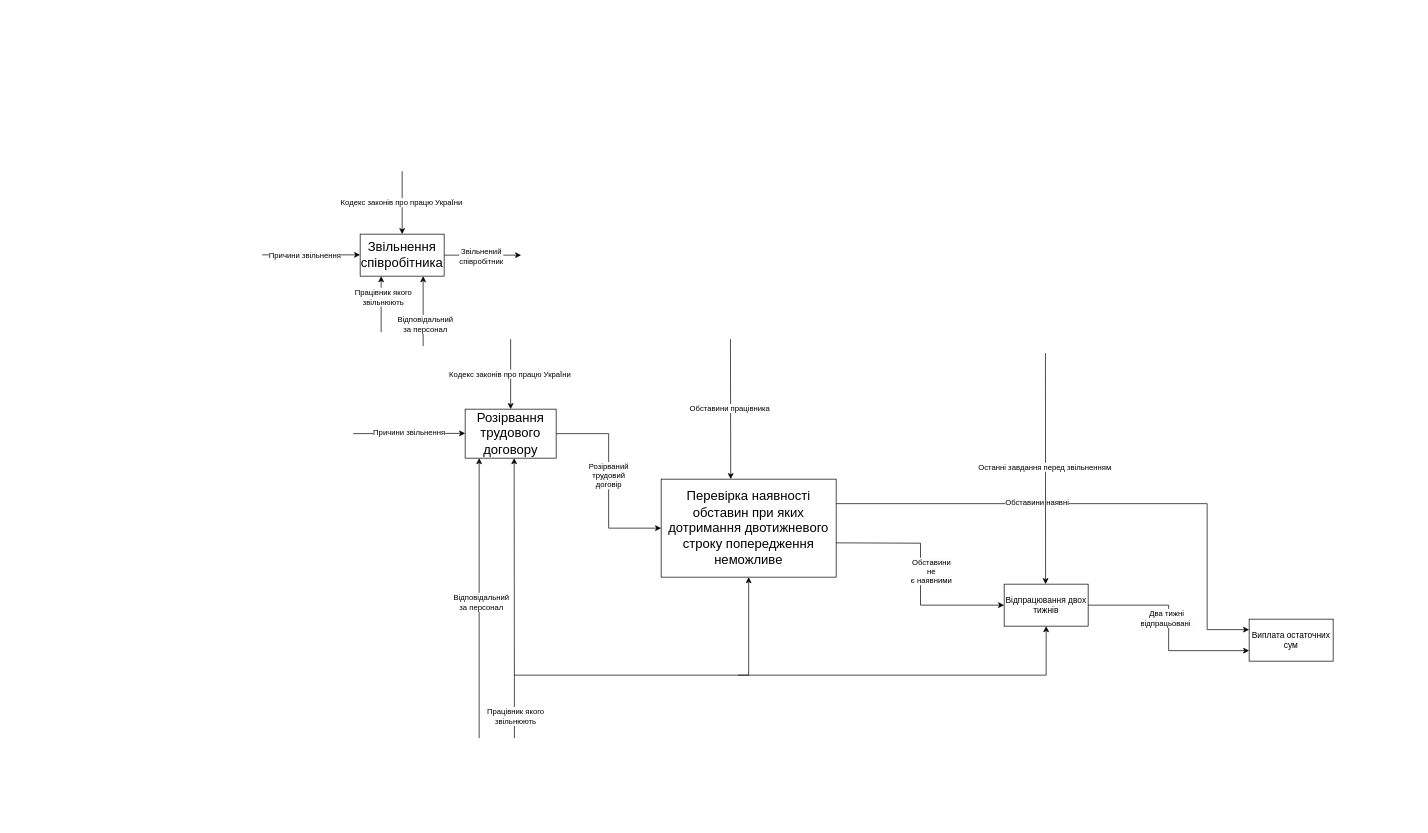
Before: Practic_7.drawio in yelyzaveta-sa/lesson, a draw.io diagram. Source tidied: cells renumbered, new cells numbered last; positions are measured from the earlier drawing's top-left corner, leaving out a move shared by most shapes. Both pictures are drawn from the tidied source at 70%, with x=0, y=0 at pixel (262, 171).
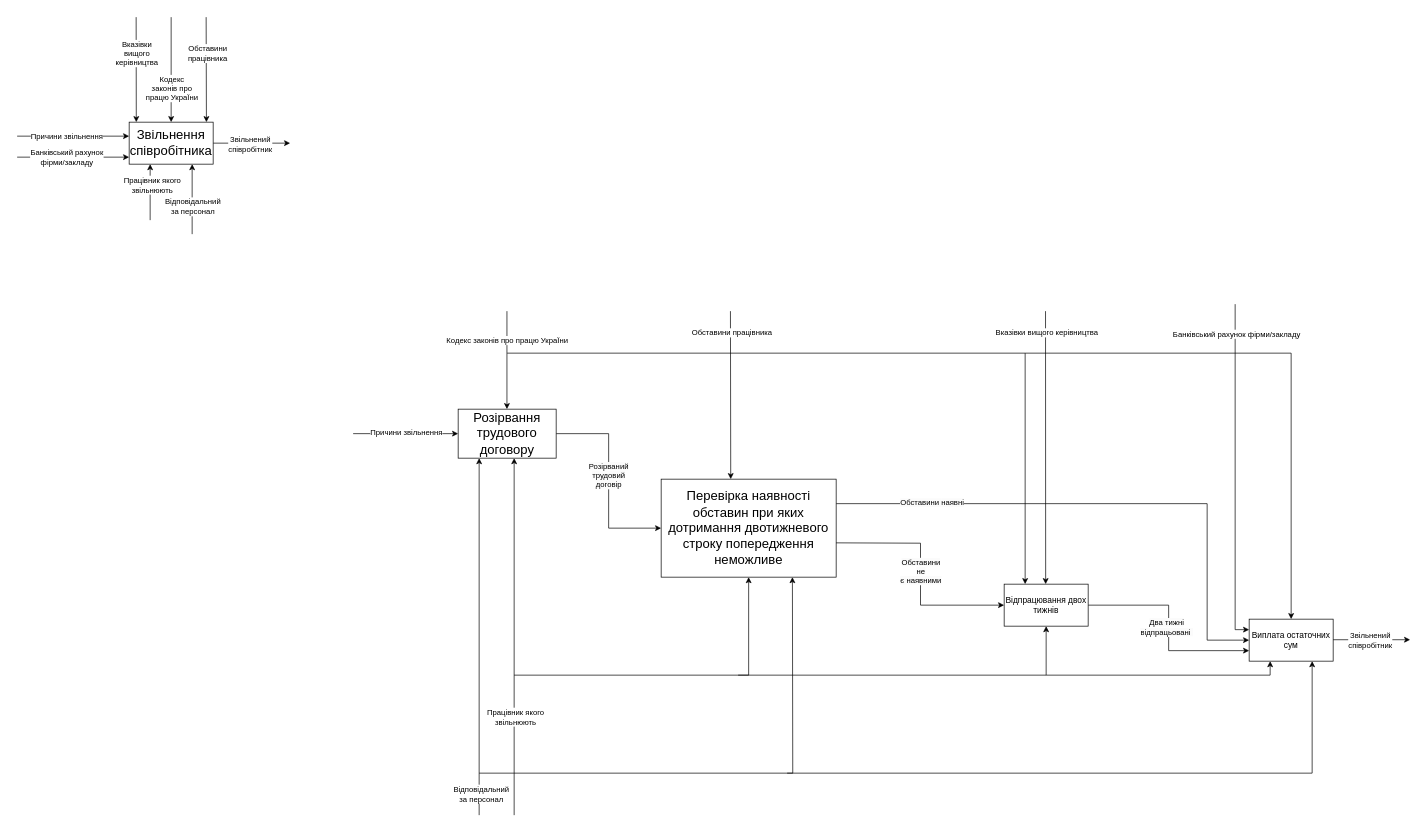
The same page after the edit.

The change refers to these unchanged cells:
```xml
<mxCell id="26" value="&lt;font face=&quot;Calibri, sans-serif&quot;&gt;&lt;span style=&quot;font-size: 18.6667px;&quot;&gt;Перевірка наявності обставин при яких дотримання двотижневого строку попередження неможливе&lt;/span&gt;&lt;/font&gt;" style="rounded=0;whiteSpace=wrap;html=1;" parent="1" vertex="1">
  <mxGeometry x="570" y="440" width="250" height="140" as="geometry" />
</mxCell>
<mxCell id="30" style="edgeStyle=orthogonalEdgeStyle;rounded=0;jettySize=auto;html=1;entryX=0;entryY=0.5;entryDx=0;entryDy=0;" parent="1" edge="1" target="34">
  <mxGeometry relative="1" as="geometry">
    <mxPoint x="820" y="531" as="sourcePoint" />
  </mxGeometry>
</mxCell>
<mxCell id="32" style="edgeStyle=orthogonalEdgeStyle;rounded=0;jettySize=auto;html=1;entryX=0;entryY=0.75;entryDx=0;entryDy=0;" parent="1" edge="1" source="34" target="38">
  <mxGeometry relative="1" as="geometry" />
</mxCell>
<mxCell id="34" value="Відпрацювання двох тижнів" style="rounded=0;whiteSpace=wrap;html=1;" parent="1" vertex="1">
  <mxGeometry x="1060" y="590" width="120" height="60" as="geometry" />
</mxCell>
<mxCell id="38" value="Виплата остаточних сум" style="rounded=0;whiteSpace=wrap;html=1;" parent="1" vertex="1">
  <mxGeometry x="1410" y="640" width="120" height="60" as="geometry" />
</mxCell>
```

Change to the diagram source:
```diff
@@
     <mxCell id="2" style="edgeStyle=orthogonalEdgeStyle;rounded=0;jettySize=auto;html=1;" parent="1" edge="1" source="4">
       <mxGeometry relative="1" as="geometry">
-        <mxPoint x="370" y="120" as="targetPoint" />
+        <mxPoint x="40" y="-40" as="targetPoint" />
       </mxGeometry>
     </mxCell>
@@
     <mxCell id="4" value="&lt;span style=&quot;font-size:14.0pt;line-height:&lt;br/&gt;107%;font-family:&amp;quot;Calibri&amp;quot;,sans-serif;mso-ascii-theme-font:minor-latin;&lt;br/&gt;mso-fareast-font-family:Calibri;mso-fareast-theme-font:minor-latin;mso-hansi-theme-font:&lt;br/&gt;minor-latin;mso-bidi-font-family:&amp;quot;Times New Roman&amp;quot;;mso-bidi-theme-font:minor-bidi;&lt;br/&gt;mso-ansi-language:UK;mso-fareast-language:EN-US;mso-bidi-language:AR-SA&quot; lang=&quot;UK&quot;&gt;Звільнення&lt;br/&gt;співробітника&lt;/span&gt;" style="rounded=0;whiteSpace=wrap;html=1;" parent="1" vertex="1">
-      <mxGeometry x="140" y="90" width="120" height="60" as="geometry" />
+      <mxGeometry x="-190" y="-70" width="120" height="60" as="geometry" />
     </mxCell>
     <mxCell id="5" style="endArrow=classic;html=1;rounded=0;entryX=0.5;entryY=0;entryDx=0;entryDy=0;" parent="1" edge="1" target="4">
       <mxGeometry relative="1" as="geometry">
-        <mxPoint x="200" as="sourcePoint" />
+        <mxPoint x="-130" y="-220" as="sourcePoint" />
       </mxGeometry>
     </mxCell>
-    <mxCell id="6" value="Кодекс законів про працю УкраЇни" style="edgeLabel;html=1;align=center;verticalAlign=middle;" parent="5" vertex="1">
-      <mxGeometry x="-0.02" y="-2" relative="1" as="geometry" />
+    <mxCell id="6" value="&lt;div&gt;Кодекс&lt;/div&gt;&lt;div&gt;законів про&lt;/div&gt;&lt;div&gt;працю УкраЇни&lt;/div&gt;" style="edgeLabel;html=1;align=center;verticalAlign=middle;" parent="5" vertex="1">
+      <mxGeometry x="-0.02" y="-2" relative="1" as="geometry">
+        <mxPoint x="2" y="27" as="offset" />
+      </mxGeometry>
     </mxCell>
     <mxCell id="7" style="endArrow=classic;html=1;rounded=0;entryX=0;entryY=0.5;entryDx=0;entryDy=0;" parent="1" edge="1">
       <mxGeometry relative="1" as="geometry">
-        <mxPoint y="119.6" as="sourcePoint" />
-        <mxPoint x="140" y="119.6" as="targetPoint" />
+        <mxPoint x="-350" y="-50" as="sourcePoint" />
+        <mxPoint x="-190" y="-50" as="targetPoint" />
       </mxGeometry>
     </mxCell>
@@
     <mxCell id="9" style="endArrow=classic;html=1;rounded=0;" parent="1" edge="1">
       <mxGeometry relative="1" as="geometry">
-        <mxPoint x="230" y="250" as="sourcePoint" />
-        <mxPoint x="230" y="150" as="targetPoint" />
+        <mxPoint x="-100" y="90" as="sourcePoint" />
+        <mxPoint x="-100" y="-10" as="targetPoint" />
       </mxGeometry>
     </mxCell>
     <mxCell id="10" value="Відповідальний&lt;div&gt;за персонал&lt;/div&gt;" style="edgeLabel;html=1;align=center;verticalAlign=middle;" parent="9" vertex="1">
       <mxGeometry x="0.09" y="-2" relative="1" as="geometry">
-        <mxPoint y="23" as="offset" />
+        <mxPoint x="-2" y="15" as="offset" />
       </mxGeometry>
     </mxCell>
@@
     <mxCell id="13" value="&lt;font face=&quot;Calibri, sans-serif&quot;&gt;&lt;span style=&quot;font-size: 18.6667px;&quot;&gt;Розірвання трудового договору&lt;/span&gt;&lt;/font&gt;" style="rounded=0;whiteSpace=wrap;html=1;" parent="1" vertex="1">
-      <mxGeometry x="290" y="340" width="130" height="70" as="geometry" />
+      <mxGeometry x="280" y="340" width="140" height="70" as="geometry" />
     </mxCell>
-    <mxCell id="14" style="endArrow=classic;html=1;rounded=0;entryX=0.5;entryY=0;entryDx=0;entryDy=0;" parent="1" edge="1" target="13">
+    <mxCell id="14" style="endArrow=classic;html=1;rounded=0;entryX=0.5;entryY=0;entryDx=0;entryDy=0;" parent="1" edge="1">
       <mxGeometry relative="1" as="geometry">
-        <mxPoint x="355" y="240" as="sourcePoint" />
+        <mxPoint x="349.7" y="200" as="sourcePoint" />
+        <mxPoint x="349.7" y="340" as="targetPoint" />
       </mxGeometry>
     </mxCell>
     <mxCell id="15" value="Кодекс законів про працю УкраЇни" style="edgeLabel;html=1;align=center;verticalAlign=middle;" parent="14" vertex="1">
-      <mxGeometry x="-0.02" y="-2" relative="1" as="geometry" />
+      <mxGeometry x="-0.02" y="-2" relative="1" as="geometry">
+        <mxPoint x="2" y="-28" as="offset" />
+      </mxGeometry>
     </mxCell>
-    <mxCell id="16" style="endArrow=classic;html=1;rounded=0;entryX=0;entryY=0.5;entryDx=0;entryDy=0;" parent="1" edge="1">
+    <mxCell id="16" style="endArrow=classic;html=1;rounded=0;" parent="1" edge="1">
       <mxGeometry relative="1" as="geometry">
         <mxPoint x="130" y="375" as="sourcePoint" />
-        <mxPoint x="290" y="374.6" as="targetPoint" />
+        <mxPoint x="280" y="375" as="targetPoint" />
       </mxGeometry>
     </mxCell>
@@
     <mxCell id="18" style="endArrow=classic;html=1;rounded=0;entryX=0.25;entryY=1;entryDx=0;entryDy=0;" parent="1" edge="1" target="4">
       <mxGeometry relative="1" as="geometry">
-        <mxPoint x="170" y="230" as="sourcePoint" />
+        <mxPoint x="-160" y="70" as="sourcePoint" />
       </mxGeometry>
     </mxCell>
@@
     <mxCell id="20" style="endArrow=classic;html=1;rounded=0;" parent="1" edge="1">
       <mxGeometry relative="1" as="geometry">
-        <mxPoint x="310" y="810" as="sourcePoint" />
+        <mxPoint x="310" y="920" as="sourcePoint" />
         <mxPoint x="310" y="410" as="targetPoint" />
       </mxGeometry>
     </mxCell>
     <mxCell id="21" value="Відповідальний&lt;div&gt;за персонал&lt;/div&gt;" style="edgeLabel;html=1;align=center;verticalAlign=middle;" parent="20" vertex="1">
       <mxGeometry x="0.09" y="-2" relative="1" as="geometry">
-        <mxPoint y="23" as="offset" />
+        <mxPoint y="247" as="offset" />
       </mxGeometry>
     </mxCell>
     <mxCell id="22" style="endArrow=classic;html=1;rounded=0;entryX=0.25;entryY=1;entryDx=0;entryDy=0;" parent="1" edge="1">
       <mxGeometry relative="1" as="geometry">
-        <mxPoint x="360.4" y="810" as="sourcePoint" />
+        <mxPoint x="360" y="920" as="sourcePoint" />
         <mxPoint x="360" y="410" as="targetPoint" />
       </mxGeometry>
     </mxCell>
     <mxCell id="23" value="Працівник якого&lt;div&gt;звільнюють&lt;/div&gt;" style="edgeLabel;html=1;align=center;verticalAlign=middle;" parent="22" vertex="1">
       <mxGeometry x="0.09" y="-2" relative="1" as="geometry">
-        <mxPoint x="-1" y="187" as="offset" />
+        <mxPoint x="-1" y="137" as="offset" />
       </mxGeometry>
     </mxCell>
-    <mxCell id="24" style="edgeStyle=orthogonalEdgeStyle;rounded=0;jettySize=auto;html=1;exitX=1;exitY=0.25;exitDx=0;exitDy=0;entryX=0;entryY=0.25;entryDx=0;entryDy=0;" parent="1" edge="1" source="26" target="38">
+    <mxCell id="24" style="edgeStyle=orthogonalEdgeStyle;rounded=0;jettySize=auto;html=1;exitX=1;exitY=0.25;exitDx=0;exitDy=0;entryX=0;entryY=0.5;entryDx=0;entryDy=0;" parent="1" edge="1" source="26" target="38">
       <mxGeometry relative="1" as="geometry">
         <Array as="points">
           <mxPoint x="1350" y="475" />
-          <mxPoint x="1350" y="655" />
+          <mxPoint x="1350" y="670" />
         </Array>
       </mxGeometry>
     </mxCell>
     <mxCell id="25" value="&lt;font&gt;&lt;span style=&quot;font-family: Calibri, sans-serif; text-wrap-mode: wrap; background-color: rgb(251, 251, 251);&quot;&gt;Обставини&amp;nbsp;&lt;/span&gt;&lt;span style=&quot;font-family: Calibri, sans-serif; text-wrap-mode: wrap; background-color: rgb(251, 251, 251);&quot;&gt;наявні&lt;/span&gt;&lt;/font&gt;" style="edgeLabel;html=1;align=center;verticalAlign=middle;" parent="24" vertex="1">
       <mxGeometry x="-0.36" y="2" relative="1" as="geometry">
-        <mxPoint x="40" as="offset" />
+        <mxPoint x="-115" as="offset" />
       </mxGeometry>
     </mxCell>
@@
     <mxCell id="27" style="endArrow=classic;html=1;rounded=0;entryX=0.5;entryY=0;entryDx=0;entryDy=0;" parent="1" edge="1">
       <mxGeometry relative="1" as="geometry">
-        <mxPoint x="669" y="240" as="sourcePoint" />
+        <mxPoint x="669" y="200" as="sourcePoint" />
         <mxPoint x="669.4" y="440" as="targetPoint" />
       </mxGeometry>
     </mxCell>
     <mxCell id="28" value="Обставини працівника" style="edgeLabel;html=1;align=center;verticalAlign=middle;" parent="27" vertex="1">
-      <mxGeometry x="-0.02" y="-2" relative="1" as="geometry" />
+      <mxGeometry x="-0.02" y="-2" relative="1" as="geometry">
+        <mxPoint x="3" y="-88" as="offset" />
+      </mxGeometry>
     </mxCell>
@@
     <mxCell id="31" value="&lt;font&gt;&lt;span style=&quot;font-family: Calibri, sans-serif; text-wrap-mode: wrap; background-color: rgb(251, 251, 251);&quot;&gt;Обставини не є&amp;nbsp;&lt;/span&gt;&lt;span style=&quot;font-family: Calibri, sans-serif; text-wrap-mode: wrap; background-color: rgb(251, 251, 251);&quot;&gt;наявними&lt;/span&gt;&lt;/font&gt;" style="edgeLabel;html=1;align=center;verticalAlign=middle;" parent="30" vertex="1">
       <mxGeometry x="-0.36" y="2" relative="1" as="geometry">
-        <mxPoint x="30" y="42" as="offset" />
+        <mxPoint x="15" y="42" as="offset" />
       </mxGeometry>
     </mxCell>
@@
     <mxCell id="33" value="&lt;span style=&quot;text-wrap-mode: wrap; background-color: rgb(251, 251, 251);&quot;&gt;&lt;font&gt;Два тижні в&lt;/font&gt;&lt;/span&gt;&lt;span style=&quot;text-wrap-mode: wrap; background-color: rgb(251, 251, 251);&quot;&gt;ідпрацьовані&amp;nbsp;&lt;/span&gt;" style="edgeLabel;html=1;align=center;verticalAlign=middle;" parent="32" vertex="1">
-      <mxGeometry x="-0.1" y="-4" relative="1" as="geometry" />
+      <mxGeometry x="-0.1" y="-4" relative="1" as="geometry">
+        <mxPoint y="13" as="offset" />
+      </mxGeometry>
     </mxCell>
@@
     <mxCell id="36" style="endArrow=classic;html=1;rounded=0;entryX=0.5;entryY=0;entryDx=0;entryDy=0;" parent="1" edge="1">
       <mxGeometry relative="1" as="geometry">
-        <mxPoint x="1119" y="260" as="sourcePoint" />
-        <mxPoint x="1119.2" y="590" as="targetPoint" />
+        <mxPoint x="1119.1" y="200" as="sourcePoint" />
+        <mxPoint x="1119.3" y="590" as="targetPoint" />
       </mxGeometry>
     </mxCell>
-    <mxCell id="37" value="Останні завдання перед звільненням" style="edgeLabel;html=1;align=center;verticalAlign=middle;" parent="36" vertex="1">
-      <mxGeometry x="-0.02" y="-2" relative="1" as="geometry" />
+    <mxCell id="37" value="Вказівки вищого керівництва " style="edgeLabel;html=1;align=center;verticalAlign=middle;" parent="36" vertex="1">
+      <mxGeometry x="-0.02" y="-2" relative="1" as="geometry">
+        <mxPoint x="3" y="-161" as="offset" />
+      </mxGeometry>
     </mxCell>
@@
+    <mxCell id="39" style="endArrow=classic;html=1;rounded=0;entryX=0.75;entryY=1;entryDx=0;entryDy=0;" parent="1" edge="1" target="38">
+      <mxGeometry relative="1" as="geometry">
+        <mxPoint x="750" y="860" as="sourcePoint" />
+        <Array as="points">
+          <mxPoint x="1500" y="860" />
+        </Array>
+      </mxGeometry>
+    </mxCell>
+    <mxCell id="40" style="endArrow=classic;html=1;rounded=0;entryX=0.25;entryY=1;entryDx=0;entryDy=0;" parent="1" edge="1" target="38">
+      <mxGeometry relative="1" as="geometry">
+        <mxPoint x="1120" y="720" as="sourcePoint" />
+        <Array as="points">
+          <mxPoint x="1440" y="720" />
+        </Array>
+      </mxGeometry>
+    </mxCell>
+    <mxCell id="41" style="edgeStyle=orthogonalEdgeStyle;rounded=0;orthogonalLoop=1;jettySize=auto;html=1;" parent="1" edge="1">
+      <mxGeometry relative="1" as="geometry">
+        <mxPoint x="1530" y="669.4" as="sourcePoint" />
+        <mxPoint x="1640" y="669.4" as="targetPoint" />
+      </mxGeometry>
+    </mxCell>
+    <mxCell id="42" value="Звільнений&lt;div&gt;співробітник&lt;/div&gt;" style="edgeLabel;html=1;align=center;verticalAlign=middle;" parent="41" vertex="1">
+      <mxGeometry x="-0.06" y="-1" relative="1" as="geometry" />
+    </mxCell>
+    <mxCell id="43" style="endArrow=classic;html=1;rounded=0;entryX=0;entryY=0.25;entryDx=0;entryDy=0;" parent="1" edge="1" target="38">
+      <mxGeometry relative="1" as="geometry">
+        <mxPoint x="1390" y="190" as="sourcePoint" />
+        <Array as="points">
+          <mxPoint x="1390" y="655" />
+        </Array>
+      </mxGeometry>
+    </mxCell>
+    <mxCell id="44" value="Банківський рахунок фірми/закладу" style="edgeLabel;html=1;align=center;verticalAlign=middle;" parent="43" vertex="1">
+      <mxGeometry x="-0.02" y="-2" relative="1" as="geometry">
+        <mxPoint x="3" y="-196" as="offset" />
+      </mxGeometry>
+    </mxCell>
+    <mxCell id="45" style="endArrow=classic;html=1;rounded=0;entryX=0.25;entryY=0;entryDx=0;entryDy=0;" parent="1" edge="1" target="34">
+      <mxGeometry relative="1" as="geometry">
+        <mxPoint x="350" y="260" as="sourcePoint" />
+        <Array as="points">
+          <mxPoint x="1090" y="260" />
+        </Array>
+      </mxGeometry>
+    </mxCell>
+    <mxCell id="46" style="endArrow=classic;html=1;rounded=0;entryX=0.5;entryY=0;entryDx=0;entryDy=0;" parent="1" edge="1" target="38">
+      <mxGeometry relative="1" as="geometry">
+        <mxPoint x="1090" y="260" as="sourcePoint" />
+        <Array as="points">
+          <mxPoint x="1470" y="260" />
+        </Array>
+      </mxGeometry>
+    </mxCell>
+    <mxCell id="47" style="endArrow=classic;html=1;rounded=0;entryX=0.75;entryY=1;entryDx=0;entryDy=0;" parent="1" edge="1" target="26">
+      <mxGeometry relative="1" as="geometry">
+        <mxPoint x="310" y="860" as="sourcePoint" />
+        <Array as="points">
+          <mxPoint x="758" y="860" />
+        </Array>
+      </mxGeometry>
+    </mxCell>
+    <mxCell id="48" style="endArrow=classic;html=1;rounded=0;entryX=0.5;entryY=0;entryDx=0;entryDy=0;" parent="1" edge="1">
+      <mxGeometry relative="1" as="geometry">
+        <mxPoint x="-80" y="-220" as="sourcePoint" />
+        <mxPoint x="-79.6" y="-70" as="targetPoint" />
+      </mxGeometry>
+    </mxCell>
+    <mxCell id="49" value="&lt;div&gt;Обставини&lt;/div&gt;&lt;div&gt;працівника&lt;/div&gt;" style="edgeLabel;html=1;align=center;verticalAlign=middle;" parent="48" vertex="1">
+      <mxGeometry x="-0.02" y="-2" relative="1" as="geometry">
+        <mxPoint x="3" y="-23" as="offset" />
+      </mxGeometry>
+    </mxCell>
+    <mxCell id="50" style="endArrow=classic;html=1;rounded=0;entryX=0.5;entryY=0;entryDx=0;entryDy=0;" parent="1" edge="1">
+      <mxGeometry relative="1" as="geometry">
+        <mxPoint x="-180" y="-220" as="sourcePoint" />
+        <mxPoint x="-179.8" y="-70" as="targetPoint" />
+      </mxGeometry>
+    </mxCell>
+    <mxCell id="51" value="&lt;div&gt;Вказівки&lt;/div&gt;&lt;div&gt;вищого&lt;/div&gt;&lt;div&gt;керівництва &lt;/div&gt;" style="edgeLabel;html=1;align=center;verticalAlign=middle;" parent="50" vertex="1">
+      <mxGeometry x="-0.02" y="-2" relative="1" as="geometry">
+        <mxPoint x="2" y="-23" as="offset" />
+      </mxGeometry>
+    </mxCell>
+    <mxCell id="52" style="endArrow=classic;html=1;rounded=0;entryX=0;entryY=0.5;entryDx=0;entryDy=0;" parent="1" edge="1">
+      <mxGeometry relative="1" as="geometry">
+        <mxPoint x="-350" y="-20" as="sourcePoint" />
+        <mxPoint x="-190" y="-20" as="targetPoint" />
+      </mxGeometry>
+    </mxCell>
+    <mxCell id="53" value="&lt;div&gt;Банківський рахунок&lt;/div&gt;&lt;div&gt;фірми/закладу&lt;/div&gt;" style="edgeLabel;html=1;align=center;verticalAlign=middle;" parent="52" vertex="1">
+      <mxGeometry y="2" relative="1" as="geometry">
+        <mxPoint x="-10" y="2" as="offset" />
+      </mxGeometry>
+    </mxCell>
```
